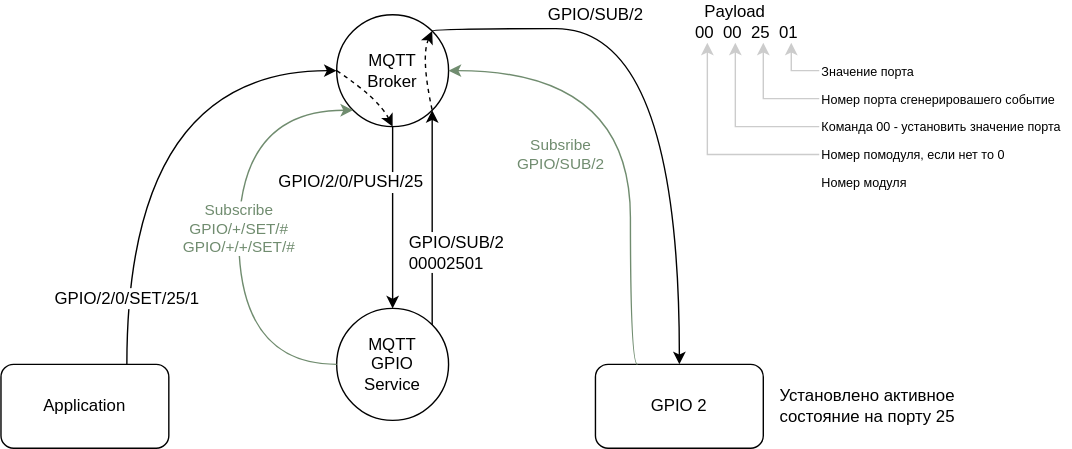
Above: docs/light/gpio/mqtt_messages_receive.svg in atitoff/CSH4 (draw.io), before the change. Source tidied: cells renumbered, new cells last; positions are measured from the earlier drawing's top-left corner, leaving out a move shared by most shapes.
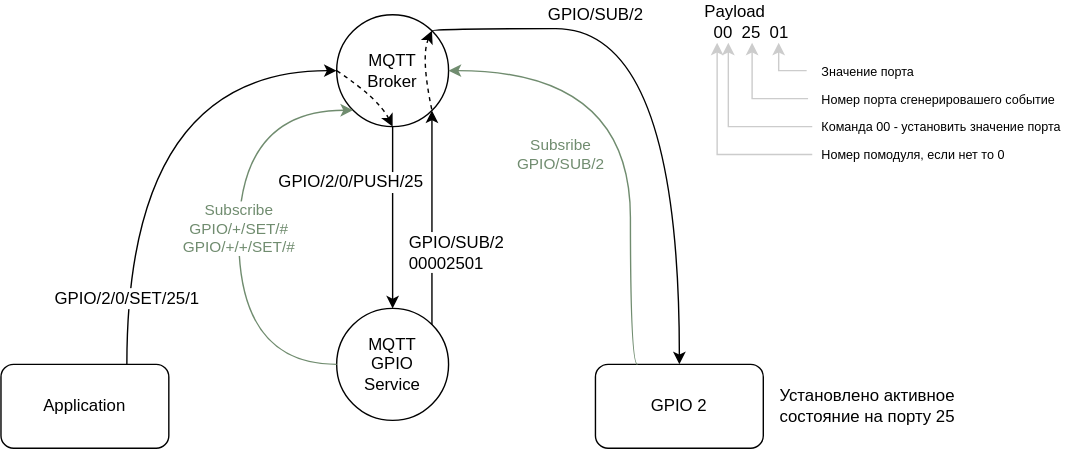
After the change.

The edit, as a diff of the source:
```diff
@@ -51,44 +51,43 @@
         <mxPoint x="-60" y="-56" as="offset" />
       </mxGeometry>
     </mxCell>
-    <mxCell id="12" value="Payload&lt;br&gt;&amp;nbsp; &amp;nbsp; &amp;nbsp; 00&amp;nbsp; 00&amp;nbsp; 25&amp;nbsp; 01&amp;nbsp;" style="text;html=1;strokeColor=none;fillColor=none;align=center;verticalAlign=middle;whiteSpace=wrap;rounded=0;" parent="1" vertex="1">
+    <mxCell id="12" value="Payload&lt;br&gt;&amp;nbsp; &amp;nbsp; &amp;nbsp; &amp;nbsp; 00&amp;nbsp; 25&amp;nbsp; 01&amp;nbsp;" style="text;html=1;strokeColor=none;fillColor=none;align=center;verticalAlign=middle;whiteSpace=wrap;rounded=0;" parent="1" vertex="1">
       <mxGeometry x="475" width="100" height="30" as="geometry" />
     </mxCell>
-    <mxCell id="13" style="endArrow=classic;html=1;rounded=0;strokeColor=#CCCCCC;entryX=0.9;entryY=1;entryDx=0;entryDy=0;entryPerimeter=0;edgeStyle=orthogonalEdgeStyle;" parent="1" edge="1" target="12">
+    <mxCell id="13" style="endArrow=classic;html=1;rounded=0;strokeColor=#CCCCCC;entryX=0.9;entryY=1;entryDx=0;entryDy=0;entryPerimeter=0;edgeStyle=orthogonalEdgeStyle;" parent="1" edge="1">
       <mxGeometry relative="1" as="geometry">
-        <mxPoint x="585" y="50" as="sourcePoint" />
+        <mxPoint x="576" y="50" as="sourcePoint" />
+        <mxPoint x="556" y="30" as="targetPoint" />
       </mxGeometry>
     </mxCell>
-    <mxCell id="14" style="endArrow=classic;html=1;rounded=0;strokeColor=#CCCCCC;entryX=0.7;entryY=1;entryDx=0;entryDy=0;entryPerimeter=0;edgeStyle=orthogonalEdgeStyle;" parent="1" edge="1" target="12">
+    <mxCell id="14" style="endArrow=classic;html=1;rounded=0;strokeColor=#CCCCCC;entryX=0.7;entryY=1;entryDx=0;entryDy=0;entryPerimeter=0;edgeStyle=orthogonalEdgeStyle;" parent="1" edge="1">
       <mxGeometry relative="1" as="geometry">
-        <mxPoint x="585" y="70" as="sourcePoint" />
+        <mxPoint x="577" y="70" as="sourcePoint" />
+        <mxPoint x="537" y="30" as="targetPoint" />
         <Array as="points">
-          <mxPoint x="545" y="70" />
+          <mxPoint x="537" y="70" />
         </Array>
       </mxGeometry>
     </mxCell>
     <mxCell id="15" style="endArrow=classic;html=1;rounded=0;strokeColor=#CCCCCC;entryX=0.7;entryY=1;entryDx=0;entryDy=0;entryPerimeter=0;edgeStyle=orthogonalEdgeStyle;" parent="1" edge="1">
       <mxGeometry relative="1" as="geometry">
-        <mxPoint x="585" y="90" as="sourcePoint" />
-        <mxPoint x="525" y="30" as="targetPoint" />
+        <mxPoint x="580" y="90" as="sourcePoint" />
+        <mxPoint x="520" y="30" as="targetPoint" />
         <Array as="points">
-          <mxPoint x="585" y="90" />
-          <mxPoint x="525" y="90" />
+          <mxPoint x="580" y="90" />
+          <mxPoint x="520" y="90" />
         </Array>
       </mxGeometry>
     </mxCell>
     <mxCell id="16" style="endArrow=classic;html=1;rounded=0;strokeColor=#CCCCCC;entryX=0.7;entryY=1;entryDx=0;entryDy=0;entryPerimeter=0;edgeStyle=orthogonalEdgeStyle;" parent="1" edge="1">
       <mxGeometry relative="1" as="geometry">
-        <mxPoint x="585" y="110" as="sourcePoint" />
-        <mxPoint x="505" y="30" as="targetPoint" />
+        <mxPoint x="580" y="110" as="sourcePoint" />
+        <mxPoint x="512" y="30" as="targetPoint" />
         <Array as="points">
-          <mxPoint x="505" y="110" />
+          <mxPoint x="512" y="110" />
         </Array>
       </mxGeometry>
     </mxCell>
-    <mxCell id="17" value="&lt;font style=&quot;font-size: 9px;&quot;&gt;Номер модуля&lt;/font&gt;" style="rounded=0;whiteSpace=wrap;html=1;fontSize=10;fillColor=none;strokeColor=none;align=left;" parent="1" vertex="1">
-      <mxGeometry x="585" y="120" width="120" height="20" as="geometry" />
-    </mxCell>
     <mxCell id="18" value="&lt;font style=&quot;font-size: 9px;&quot;&gt;Номер помодуля, если нет то 0&lt;/font&gt;" style="rounded=0;whiteSpace=wrap;html=1;fontSize=10;fillColor=none;strokeColor=none;align=left;" parent="1" vertex="1">
       <mxGeometry x="585" y="100" width="150" height="20" as="geometry" />
     </mxCell>
```
